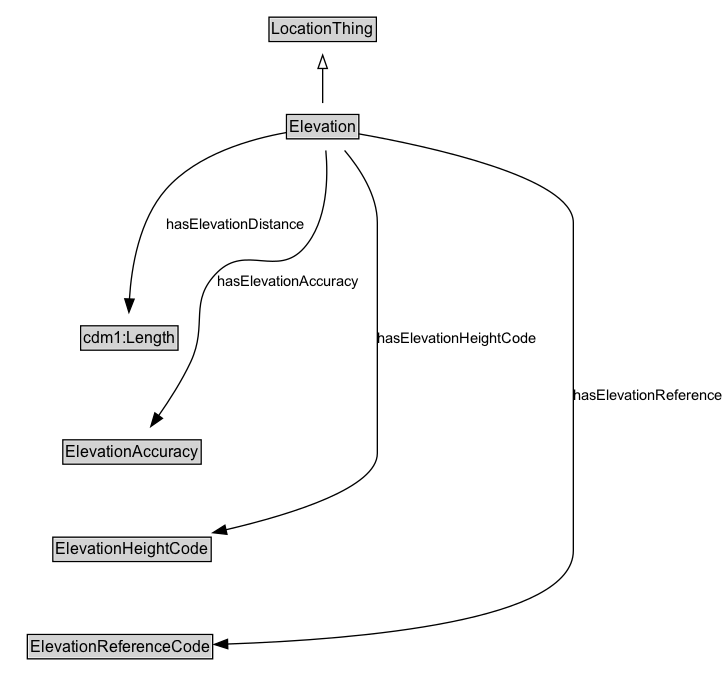
Earlier version of the Graphviz export docs/diagrams/Elevation.dot.png (ISO-TC204/ontology-its-location-v1). Its source is kept beside it as docs/diagrams/Elevation.dot.
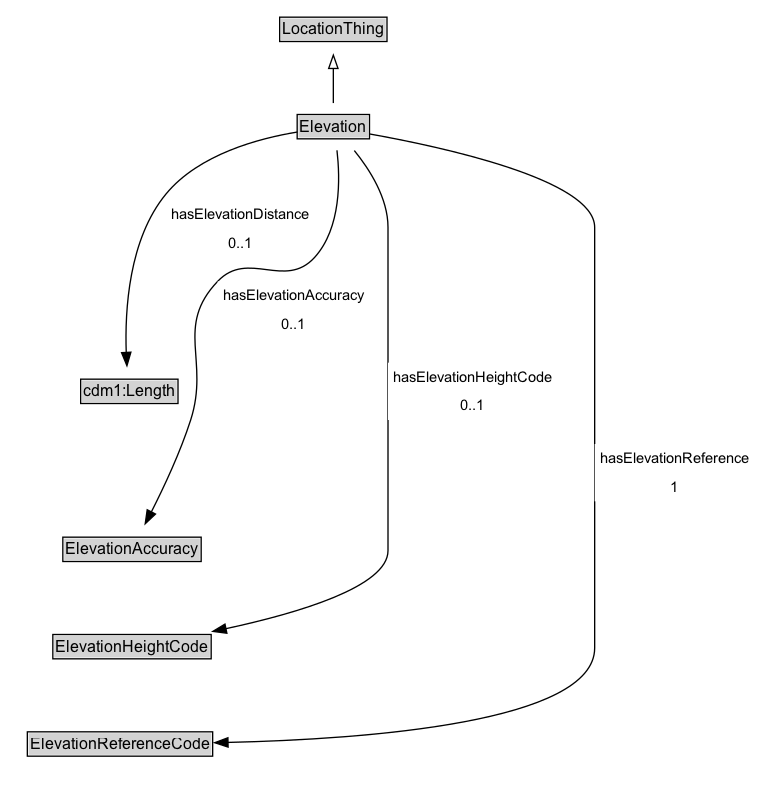
The same diagram one commit later.

The edit, as a diff of the source:
```diff
@@ -25,11 +25,11 @@
 	ElevationAccuracy -> ElevationHeightCode [style=invis]
 	ElevationHeightCode -> ElevationReferenceCode [style=invis]
 	ElevationReferenceCode [label=<<TABLE BORDER="1" CELLBORDER="0" CELLSPACING="0" CELLPADDING="1"><TR><TD BGCOLOR="lightgray" ALIGN="CENTER">ElevationReferenceCode</TD></TR></TABLE>> URL="../ElevationReferenceCode" margin=0]
-	Elevation -> ElevationReferenceCode [label=hasElevationReference arrowhead=normal style=solid]
+	Elevation -> ElevationReferenceCode [label=<<TABLE BORDER="0" CELLBORDER="0" CELLSPACING="0" CELLPADDING="4" BGCOLOR="white"><TR><TD ALIGN="CENTER">hasElevationReference</TD></TR><TR><TD ALIGN="CENTER">1</TD></TR></TABLE>> arrowhead=normal style=solid]
 	cdm1_Length [label=<<TABLE BORDER="1" CELLBORDER="0" CELLSPACING="0" CELLPADDING="1"><TR><TD BGCOLOR="lightgray" ALIGN="CENTER">cdm1:Length</TD></TR></TABLE>> URL="https://w3id.org/citydata/part1/v1/Length" margin=0]
-	Elevation -> cdm1_Length [label=hasElevationDistance arrowhead=normal style=solid]
+	Elevation -> cdm1_Length [label=<<TABLE BORDER="0" CELLBORDER="0" CELLSPACING="0" CELLPADDING="4" BGCOLOR="white"><TR><TD ALIGN="CENTER">hasElevationDistance</TD></TR><TR><TD ALIGN="CENTER">0..1</TD></TR></TABLE>> arrowhead=normal style=solid]
 	ElevationHeightCode [label=<<TABLE BORDER="1" CELLBORDER="0" CELLSPACING="0" CELLPADDING="1"><TR><TD BGCOLOR="lightgray" ALIGN="CENTER">ElevationHeightCode</TD></TR></TABLE>> URL="../ElevationHeightCode" margin=0]
-	Elevation -> ElevationHeightCode [label=hasElevationHeightCode arrowhead=normal style=solid]
+	Elevation -> ElevationHeightCode [label=<<TABLE BORDER="0" CELLBORDER="0" CELLSPACING="0" CELLPADDING="4" BGCOLOR="white"><TR><TD ALIGN="CENTER">hasElevationHeightCode</TD></TR><TR><TD ALIGN="CENTER">0..1</TD></TR></TABLE>> arrowhead=normal style=solid]
 	ElevationAccuracy [label=<<TABLE BORDER="1" CELLBORDER="0" CELLSPACING="0" CELLPADDING="1"><TR><TD BGCOLOR="lightgray" ALIGN="CENTER">ElevationAccuracy</TD></TR></TABLE>> URL="../ElevationAccuracy" margin=0]
-	Elevation -> ElevationAccuracy [label=hasElevationAccuracy arrowhead=normal style=solid]
+	Elevation -> ElevationAccuracy [label=<<TABLE BORDER="0" CELLBORDER="0" CELLSPACING="0" CELLPADDING="4" BGCOLOR="white"><TR><TD ALIGN="CENTER">hasElevationAccuracy</TD></TR><TR><TD ALIGN="CENTER">0..1</TD></TR></TABLE>> arrowhead=normal style=solid]
 }
```
